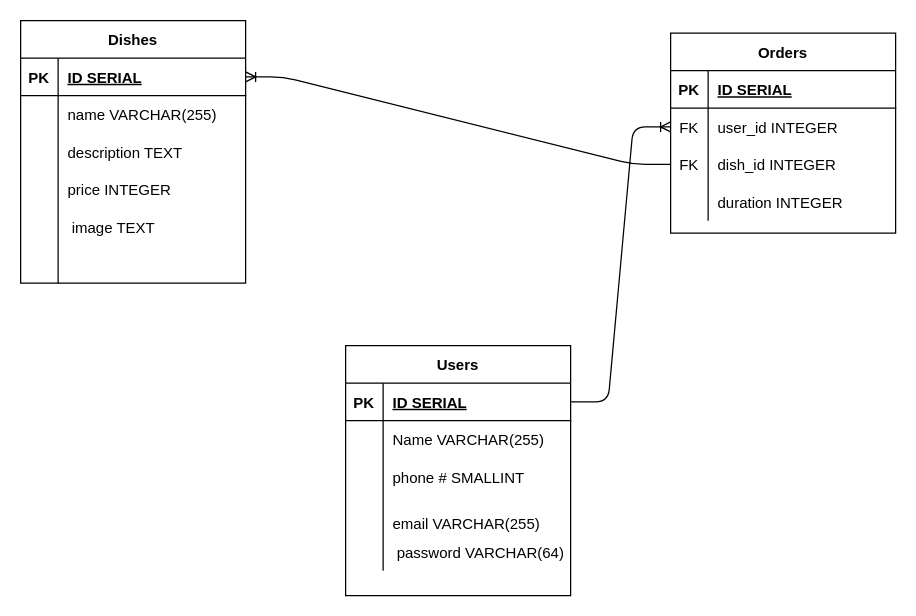
This is planning/ERD.drawio from Abaid77/taco_empire, a draw.io file, before an edit. Source tidied: cells renumbered, new cells numbered last; positions are measured from the earlier drawing's top-left corner, leaving out a move shared by most shapes. Both pictures are drawn from the tidied source at 125%, with x=0, y=0 at pixel (20, 20).
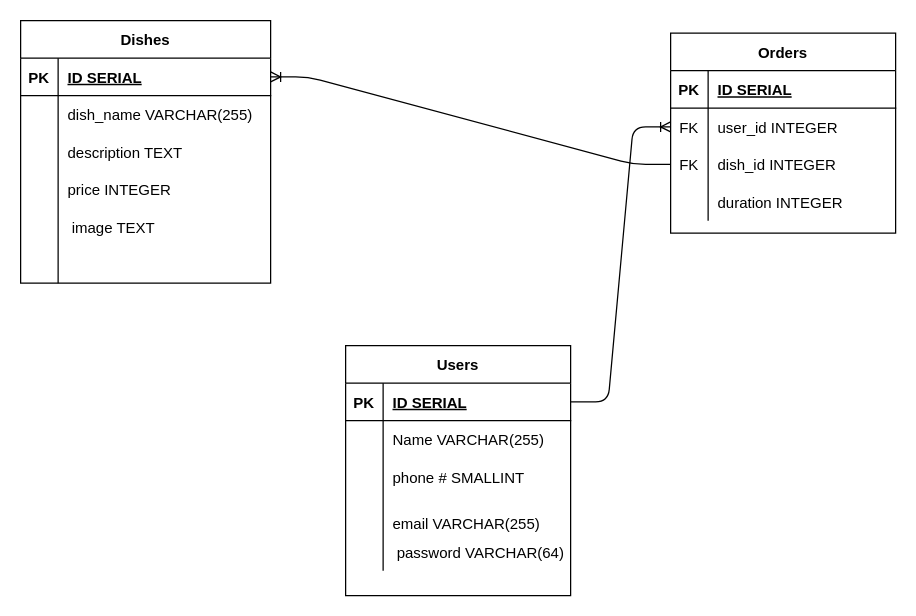
After the change.

Commit message:
Modified dish name

What changed in the source:
```diff
@@
     <mxCell id="18" value="Dishes" style="shape=table;startSize=30;childLayout=tableLayout;rowLines=0;fontStyle=1;align=center;" parent="1" vertex="1">
-      <mxGeometry width="180" height="210" as="geometry" />
+      <mxGeometry width="200" height="210" as="geometry" />
     </mxCell>
     <mxCell id="19" style="shape=partialRectangle;fillColor=none;top=0;left=0;bottom=1;right=0;points=[[0,0.5],[1,0.5]];portConstraint=eastwest;" parent="18" vertex="1">
-      <mxGeometry y="30" width="180" height="30" as="geometry" />
+      <mxGeometry y="30" width="200" height="30" as="geometry" />
     </mxCell>
@@
     <mxCell id="21" value="ID SERIAL" style="shape=partialRectangle;fillColor=none;top=0;left=0;bottom=0;right=0;align=left;spacingLeft=6;fontStyle=5;overflow=hidden;" parent="19" vertex="1">
-      <mxGeometry x="30" width="150" height="30" as="geometry" />
+      <mxGeometry x="30" width="170" height="30" as="geometry" />
     </mxCell>
     <mxCell id="22" style="shape=partialRectangle;fillColor=none;top=0;left=0;bottom=0;right=0;" parent="18" vertex="1">
-      <mxGeometry y="60" width="180" height="30" as="geometry" />
+      <mxGeometry y="60" width="200" height="30" as="geometry" />
     </mxCell>
@@
-    <mxCell id="24" value="name VARCHAR(255)" style="shape=partialRectangle;fillColor=none;top=0;left=0;bottom=0;right=0;align=left;spacingLeft=6;overflow=hidden;" parent="22" vertex="1">
-      <mxGeometry x="30" width="150" height="30" as="geometry" />
+    <mxCell id="24" value="dish_name VARCHAR(255)" style="shape=partialRectangle;fillColor=none;top=0;left=0;bottom=0;right=0;align=left;spacingLeft=6;overflow=hidden;" parent="22" vertex="1">
+      <mxGeometry x="30" width="170" height="30" as="geometry" />
     </mxCell>
     <mxCell id="25" style="shape=partialRectangle;fillColor=none;top=0;left=0;bottom=0;right=0;" parent="18" vertex="1">
-      <mxGeometry y="90" width="180" height="30" as="geometry" />
+      <mxGeometry y="90" width="200" height="30" as="geometry" />
     </mxCell>
@@
     <mxCell id="27" value="description TEXT" style="shape=partialRectangle;fillColor=none;top=0;left=0;bottom=0;right=0;align=left;spacingLeft=6;overflow=hidden;" parent="25" vertex="1">
-      <mxGeometry x="30" width="150" height="30" as="geometry" />
+      <mxGeometry x="30" width="170" height="30" as="geometry" />
     </mxCell>
     <mxCell id="28" style="shape=partialRectangle;fillColor=none;top=0;left=0;bottom=0;right=0;" parent="18" vertex="1">
-      <mxGeometry y="120" width="180" height="30" as="geometry" />
+      <mxGeometry y="120" width="200" height="30" as="geometry" />
     </mxCell>
@@
     <mxCell id="30" value="price INTEGER" style="shape=partialRectangle;fillColor=none;top=0;left=0;bottom=0;right=0;align=left;spacingLeft=6;overflow=hidden;" parent="28" vertex="1">
-      <mxGeometry x="30" width="150" height="30" as="geometry" />
+      <mxGeometry x="30" width="170" height="30" as="geometry" />
     </mxCell>
     <mxCell id="31" style="shape=partialRectangle;fillColor=none;top=0;left=0;bottom=0;right=0;" parent="18" vertex="1">
-      <mxGeometry y="150" width="180" height="30" as="geometry" />
+      <mxGeometry y="150" width="200" height="30" as="geometry" />
     </mxCell>
@@
     <mxCell id="33" value=" image TEXT" style="shape=partialRectangle;fillColor=none;top=0;left=0;bottom=0;right=0;align=left;spacingLeft=6;overflow=hidden;" parent="31" vertex="1">
-      <mxGeometry x="30" width="150" height="30" as="geometry" />
+      <mxGeometry x="30" width="170" height="30" as="geometry" />
     </mxCell>
     <mxCell id="34" style="shape=partialRectangle;fillColor=none;top=0;left=0;bottom=0;right=0;" parent="18" vertex="1">
-      <mxGeometry y="180" width="180" height="30" as="geometry" />
+      <mxGeometry y="180" width="200" height="30" as="geometry" />
     </mxCell>
@@
     <mxCell id="36" style="shape=partialRectangle;fillColor=none;top=0;left=0;bottom=0;right=0;align=left;spacingLeft=6;overflow=hidden;" parent="34" vertex="1">
-      <mxGeometry x="30" width="150" height="30" as="geometry" />
+      <mxGeometry x="30" width="170" height="30" as="geometry" />
     </mxCell>
```
